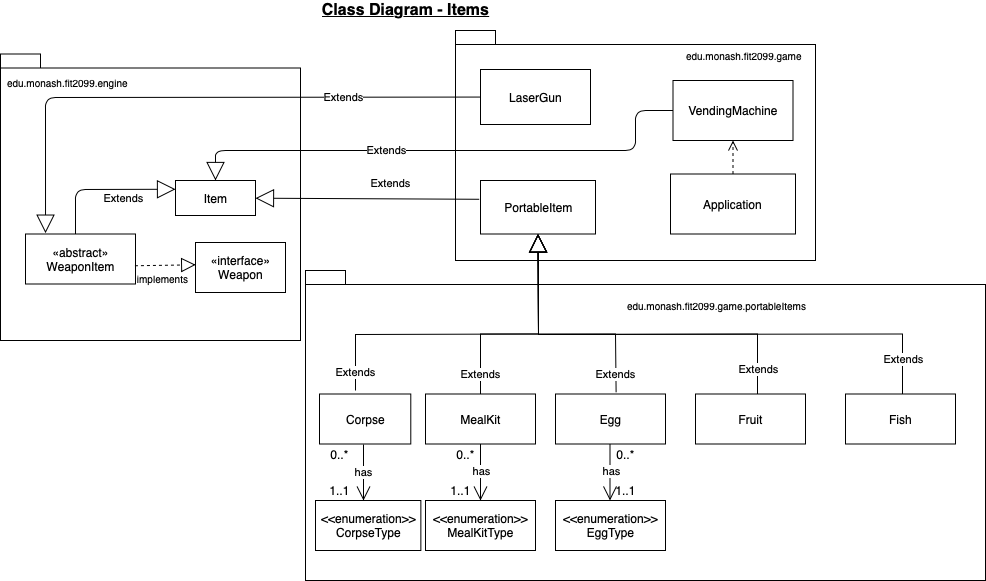
Before: assignment_workings/ClassDiagram - items.png, a diagram exported from draw.io (mltw/fit2099-jurassic-park-2021). Source tidied: cells renumbered, new cells last; positions are measured from the earlier drawing's top-left corner, leaving out a move shared by most shapes.
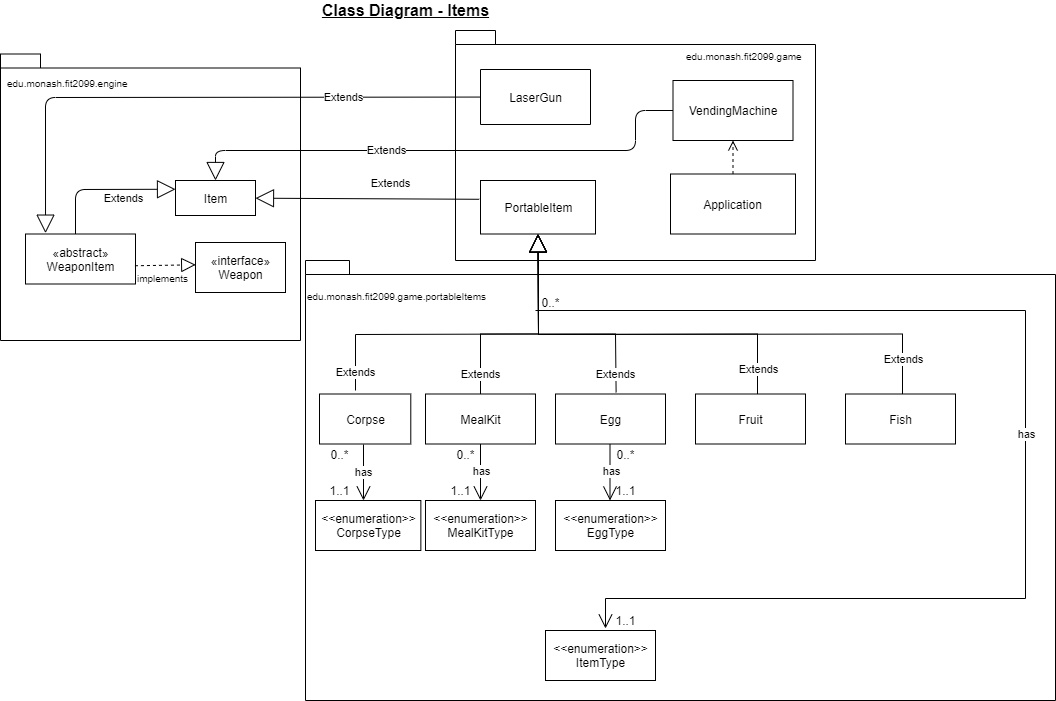
After the commit.

Commit message:
update ClassDiagram - items

Change to the diagram source:
```diff
@@ -2,9 +2,9 @@
   <root>
     <mxCell id="0" />
     <mxCell id="1" parent="0" />
-    <mxCell id="2" style="shape=folder;fontStyle=1;spacingTop=10;tabWidth=40;tabHeight=14;tabPosition=left;html=1;" parent="1" vertex="1">
-      <mxGeometry x="305" y="270" width="680" height="310" as="geometry" />
-    </mxCell>
+    <mxCell id="47" style="shape=folder;fontStyle=1;spacingTop=10;tabWidth=40;tabHeight=14;tabPosition=left;html=1;" parent="1" vertex="1">
+      <mxGeometry x="305" y="260" width="750" height="440" as="geometry" />
+    </mxCell>
     <mxCell id="3" style="shape=folder;fontStyle=1;spacingTop=10;tabWidth=40;tabHeight=14;tabPosition=left;html=1;" parent="1" vertex="1">
       <mxGeometry y="53.5" width="300" height="286.5" as="geometry" />
     </mxCell>
@@ -122,7 +122,7 @@
       </mxGeometry>
     </mxCell>
     <mxCell id="29" value="&lt;span style=&quot;font-family: &amp;#34;helvetica&amp;#34; ; font-size: 10px ; text-align: center&quot;&gt;edu.monash.fit2099.game.portableItems&lt;/span&gt;" style="text;whiteSpace=wrap;html=1;" parent="1" vertex="1">
-      <mxGeometry x="625" y="292" width="150" height="30" as="geometry" />
+      <mxGeometry x="305" y="282" width="150" height="30" as="geometry" />
     </mxCell>
     <mxCell id="30" value="VendingMachine" style="rounded=0;whiteSpace=wrap;html=1;" parent="1" vertex="1">
       <mxGeometry x="672.5" y="80" width="120" height="60" as="geometry" />
@@ -193,5 +193,30 @@
         <mxPoint x="363" y="444" as="sourcePoint" />
       </mxGeometry>
     </mxCell>
+    <mxCell id="48" value="&lt;font style=&quot;font-size: 12px&quot;&gt;&amp;lt;&amp;lt;enumeration&amp;gt;&amp;gt;&lt;br&gt;ItemType&lt;br&gt;&lt;/font&gt;" style="html=1;fontSize=6;" parent="1" vertex="1">
+      <mxGeometry x="545" y="630" width="110" height="50" as="geometry" />
+    </mxCell>
+    <mxCell id="49" style="endArrow=open;endFill=0;endSize=12;html=1;rounded=0;" parent="1" edge="1">
+      <mxGeometry x="1180.2" y="13.2" as="geometry">
+        <mxPoint x="535" y="310" as="sourcePoint" />
+        <mxPoint x="605" y="628" as="targetPoint" />
+        <Array as="points">
+          <mxPoint x="1025" y="310" />
+          <mxPoint x="1025" y="598" />
+          <mxPoint x="605" y="598" />
+        </Array>
+      </mxGeometry>
+    </mxCell>
+    <mxCell id="50" value="has" style="edgeLabel;html=1;align=center;verticalAlign=middle;" parent="49" vertex="1">
+      <mxGeometry relative="1" as="geometry">
+        <mxPoint y="-1" as="offset" />
+      </mxGeometry>
+    </mxCell>
+    <mxCell id="51" value="0..*" style="text;html=1;align=center;verticalAlign=middle;strokeColor=none;" parent="1" vertex="1">
+      <mxGeometry x="535" y="292" width="30" height="20" as="geometry" />
+    </mxCell>
+    <mxCell id="52" value="1..1" style="text;html=1;align=center;verticalAlign=middle;strokeColor=none;" parent="1" vertex="1">
+      <mxGeometry x="605" y="610" width="40" height="20" as="geometry" />
+    </mxCell>
   </root>
 </mxGraphModel>
```
